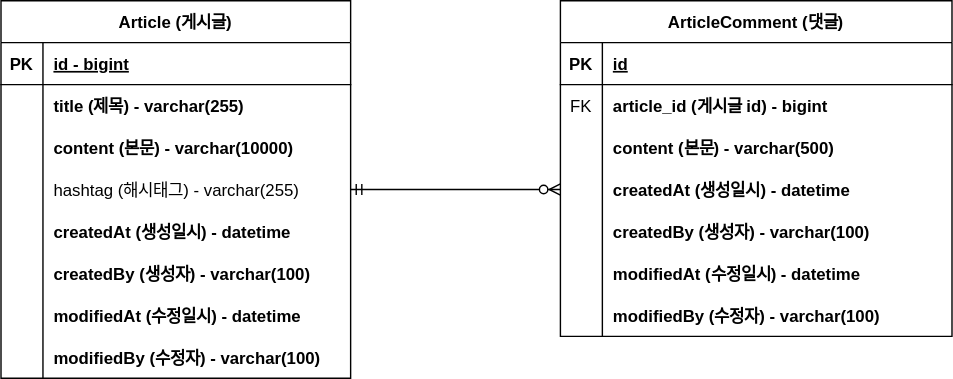
Earlier version of the draw.io export document/project-board-erd.svg (ekslffh/fc-project-board). Source tidied: cells renumbered, new cells last; positions are measured from the earlier drawing's top-left corner, leaving out a move shared by most shapes.
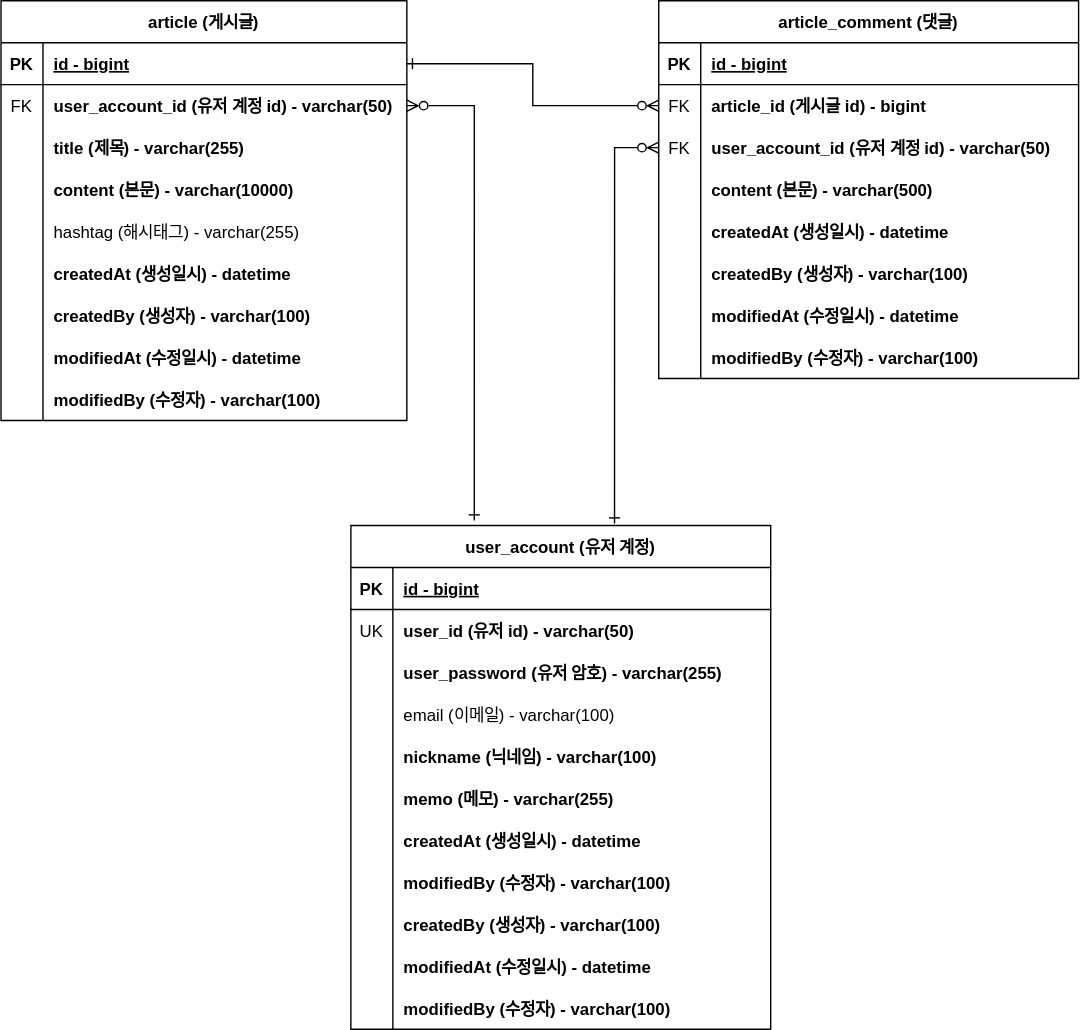
After the commit.

Commit message:
#18 - 유저계정 테이블 추가 및 연관관계 설정

Change to the diagram source:
```diff
@@ -4,7 +4,7 @@
     <mxCell id="1" parent="0" />
-    <mxCell id="2" value="Article (게시글)" style="shape=table;startSize=30;rowLines=0;fontStyle=1;align=center;" parent="1" vertex="1">
-      <mxGeometry width="250" height="270" as="geometry" />
+    <mxCell id="2" value="article (게시글)" style="shape=table;startSize=30;rowLines=0;fontStyle=1;align=center;" parent="1" vertex="1">
+      <mxGeometry y="15" width="290" height="300" as="geometry" />
     </mxCell>
     <mxCell id="3" style="shape=partialRectangle;fillColor=none;points=[[0,0.5],[1,0.5]];portConstraint=eastwest;top=0;left=0;right=0;bottom=1;" parent="2" vertex="1">
-      <mxGeometry y="30" width="250" height="30" as="geometry" />
+      <mxGeometry y="30" width="290" height="30" as="geometry" />
     </mxCell>
@@ -14,15 +14,24 @@
     <mxCell id="5" value="id - bigint" style="shape=partialRectangle;overflow=hidden;fillColor=none;top=0;left=0;bottom=0;right=0;align=left;spacingLeft=6;fontStyle=5;" parent="3" vertex="1">
-      <mxGeometry x="30" width="220" height="30" as="geometry" />
+      <mxGeometry x="30" width="260" height="30" as="geometry" />
     </mxCell>
     <mxCell id="6" style="shape=partialRectangle;fillColor=none;points=[[0,0.5],[1,0.5]];portConstraint=eastwest;top=0;left=0;right=0;bottom=0;" parent="2" vertex="1">
-      <mxGeometry y="60" width="250" height="30" as="geometry" />
+      <mxGeometry y="60" width="290" height="30" as="geometry" />
     </mxCell>
-    <mxCell id="7" style="shape=partialRectangle;overflow=hidden;fillColor=none;top=0;left=0;bottom=0;right=0;" parent="6" vertex="1">
+    <mxCell id="7" value="FK" style="shape=partialRectangle;overflow=hidden;fillColor=none;top=0;left=0;bottom=0;right=0;" parent="6" vertex="1">
       <mxGeometry width="30" height="30" as="geometry" />
     </mxCell>
-    <mxCell id="8" value="title (제목) - varchar(255)" style="shape=partialRectangle;overflow=hidden;fillColor=none;top=0;left=0;bottom=0;right=0;align=left;spacingLeft=6;fontStyle=1;" parent="6" vertex="1">
-      <mxGeometry x="30" width="220" height="30" as="geometry" />
+    <mxCell id="8" value="user_account_id (유저 계정 id) - varchar(50)" style="shape=partialRectangle;overflow=hidden;fillColor=none;top=0;left=0;bottom=0;right=0;align=left;spacingLeft=6;fontStyle=1;" parent="6" vertex="1">
+      <mxGeometry x="30" width="260" height="30" as="geometry" />
     </mxCell>
+    <mxCell id="50" style="shape=partialRectangle;fillColor=none;top=0;left=0;right=0;bottom=0;" parent="2" vertex="1">
+      <mxGeometry y="90" width="290" height="30" as="geometry" />
+    </mxCell>
+    <mxCell id="51" style="shape=partialRectangle;overflow=hidden;fillColor=none;top=0;left=0;bottom=0;right=0;" parent="50" vertex="1">
+      <mxGeometry width="30" height="30" as="geometry" />
+    </mxCell>
+    <mxCell id="52" value="title (제목) - varchar(255)" style="shape=partialRectangle;overflow=hidden;fillColor=none;top=0;left=0;bottom=0;right=0;align=left;spacingLeft=6;fontStyle=1;" parent="50" vertex="1">
+      <mxGeometry x="30" width="260" height="30" as="geometry" />
+    </mxCell>
     <mxCell id="9" style="shape=partialRectangle;fillColor=none;top=0;left=0;right=0;bottom=0;" parent="2" vertex="1">
-      <mxGeometry y="90" width="250" height="30" as="geometry" />
+      <mxGeometry y="120" width="290" height="30" as="geometry" />
     </mxCell>
@@ -32,6 +41,6 @@
     <mxCell id="11" value="content (본문) - varchar(10000)" style="shape=partialRectangle;overflow=hidden;fillColor=none;top=0;left=0;bottom=0;right=0;align=left;spacingLeft=6;fontStyle=1;" parent="9" vertex="1">
-      <mxGeometry x="30" width="220" height="30" as="geometry" />
+      <mxGeometry x="30" width="260" height="30" as="geometry" />
     </mxCell>
     <mxCell id="12" style="shape=partialRectangle;fillColor=none;points=[[0,0.5],[1,0.5]];portConstraint=eastwest;top=0;left=0;right=0;bottom=0;" parent="2" vertex="1">
-      <mxGeometry y="120" width="250" height="30" as="geometry" />
+      <mxGeometry y="150" width="290" height="30" as="geometry" />
     </mxCell>
@@ -41,6 +50,6 @@
     <mxCell id="14" value="hashtag (해시태그) - varchar(255)" style="shape=partialRectangle;overflow=hidden;fillColor=none;top=0;left=0;bottom=0;right=0;align=left;spacingLeft=6;" parent="12" vertex="1">
-      <mxGeometry x="30" width="220" height="30" as="geometry" />
+      <mxGeometry x="30" width="260" height="30" as="geometry" />
     </mxCell>
     <mxCell id="15" style="shape=partialRectangle;fillColor=none;top=0;left=0;right=0;bottom=0;" parent="2" vertex="1">
-      <mxGeometry y="150" width="250" height="30" as="geometry" />
+      <mxGeometry y="180" width="290" height="30" as="geometry" />
     </mxCell>
@@ -50,6 +59,6 @@
     <mxCell id="17" value="createdAt (생성일시) - datetime" style="shape=partialRectangle;overflow=hidden;fillColor=none;top=0;left=0;bottom=0;right=0;align=left;spacingLeft=6;fontStyle=1;" parent="15" vertex="1">
-      <mxGeometry x="30" width="220" height="30" as="geometry" />
+      <mxGeometry x="30" width="260" height="30" as="geometry" />
     </mxCell>
     <mxCell id="18" style="shape=partialRectangle;fillColor=none;top=0;left=0;right=0;bottom=0;" parent="2" vertex="1">
-      <mxGeometry y="180" width="250" height="30" as="geometry" />
+      <mxGeometry y="210" width="290" height="30" as="geometry" />
     </mxCell>
@@ -59,6 +68,6 @@
     <mxCell id="20" value="createdBy (생성자) - varchar(100)" style="shape=partialRectangle;overflow=hidden;fillColor=none;top=0;left=0;bottom=0;right=0;align=left;spacingLeft=6;fontStyle=1;" parent="18" vertex="1">
-      <mxGeometry x="30" width="220" height="30" as="geometry" />
+      <mxGeometry x="30" width="260" height="30" as="geometry" />
     </mxCell>
     <mxCell id="21" style="shape=partialRectangle;fillColor=none;top=0;left=0;right=0;bottom=0;" parent="2" vertex="1">
-      <mxGeometry y="210" width="250" height="30" as="geometry" />
+      <mxGeometry y="240" width="290" height="30" as="geometry" />
     </mxCell>
@@ -68,6 +77,6 @@
     <mxCell id="23" value="modifiedAt (수정일시) - datetime" style="shape=partialRectangle;overflow=hidden;fillColor=none;top=0;left=0;bottom=0;right=0;align=left;spacingLeft=6;fontStyle=1;" parent="21" vertex="1">
-      <mxGeometry x="30" width="220" height="30" as="geometry" />
+      <mxGeometry x="30" width="260" height="30" as="geometry" />
     </mxCell>
     <mxCell id="24" style="shape=partialRectangle;fillColor=none;top=0;left=0;right=0;bottom=0;" parent="2" vertex="1">
-      <mxGeometry y="240" width="250" height="30" as="geometry" />
+      <mxGeometry y="270" width="290" height="30" as="geometry" />
     </mxCell>
@@ -77,9 +86,9 @@
     <mxCell id="26" value="modifiedBy (수정자) - varchar(100)" style="shape=partialRectangle;overflow=hidden;fillColor=none;top=0;left=0;bottom=0;right=0;align=left;spacingLeft=6;fontStyle=1;" parent="24" vertex="1">
-      <mxGeometry x="30" width="220" height="30" as="geometry" />
+      <mxGeometry x="30" width="260" height="30" as="geometry" />
     </mxCell>
-    <mxCell id="27" value="ArticleComment (댓글)" style="shape=table;startSize=30;rowLines=0;fontStyle=1;align=center;" parent="1" vertex="1">
-      <mxGeometry x="400" width="280" height="240" as="geometry" />
+    <mxCell id="27" value="article_comment (댓글)" style="shape=table;startSize=30;rowLines=0;fontStyle=1;align=center;" parent="1" vertex="1">
+      <mxGeometry x="470" y="15" width="300" height="270" as="geometry" />
     </mxCell>
     <mxCell id="28" style="shape=partialRectangle;fillColor=none;top=0;left=0;right=0;bottom=1;" parent="27" vertex="1">
-      <mxGeometry y="30" width="280" height="30" as="geometry" />
+      <mxGeometry y="30" width="300" height="30" as="geometry" />
     </mxCell>
@@ -88,7 +97,7 @@
     </mxCell>
-    <mxCell id="30" value="id" style="shape=partialRectangle;overflow=hidden;fillColor=none;top=0;left=0;bottom=0;right=0;align=left;spacingLeft=6;fontStyle=5;" parent="28" vertex="1">
-      <mxGeometry x="30" width="250" height="30" as="geometry" />
+    <mxCell id="30" value="id - bigint" style="shape=partialRectangle;overflow=hidden;fillColor=none;top=0;left=0;bottom=0;right=0;align=left;spacingLeft=6;fontStyle=5;" parent="28" vertex="1">
+      <mxGeometry x="30" width="270" height="30" as="geometry" />
     </mxCell>
     <mxCell id="31" style="shape=partialRectangle;fillColor=none;points=[[0,0.5],[1,0.5]];portConstraint=eastwest;top=0;left=0;right=0;bottom=0;" parent="27" vertex="1">
-      <mxGeometry y="60" width="280" height="30" as="geometry" />
+      <mxGeometry y="60" width="300" height="30" as="geometry" />
     </mxCell>
@@ -98,6 +107,15 @@
     <mxCell id="33" value="article_id (게시글 id) - bigint" style="shape=partialRectangle;overflow=hidden;fillColor=none;top=0;left=0;bottom=0;right=0;align=left;spacingLeft=6;fontStyle=1;" parent="31" vertex="1">
-      <mxGeometry x="30" width="250" height="30" as="geometry" />
+      <mxGeometry x="30" width="270" height="30" as="geometry" />
     </mxCell>
+    <mxCell id="53" style="shape=partialRectangle;fillColor=none;points=[[0,0.5],[1,0.5]];portConstraint=eastwest;top=0;left=0;right=0;bottom=0;" parent="27" vertex="1">
+      <mxGeometry y="90" width="300" height="30" as="geometry" />
+    </mxCell>
+    <mxCell id="54" value="FK" style="shape=partialRectangle;overflow=hidden;fillColor=none;top=0;left=0;bottom=0;right=0;" parent="53" vertex="1">
+      <mxGeometry width="30" height="30" as="geometry" />
+    </mxCell>
+    <mxCell id="55" value="user_account_id (유저 계정 id) - varchar(50)" style="shape=partialRectangle;overflow=hidden;fillColor=none;top=0;left=0;bottom=0;right=0;align=left;spacingLeft=6;fontStyle=1;" parent="53" vertex="1">
+      <mxGeometry x="30" width="270" height="30" as="geometry" />
+    </mxCell>
     <mxCell id="34" style="shape=partialRectangle;fillColor=none;top=0;left=0;right=0;bottom=0;" parent="27" vertex="1">
-      <mxGeometry y="90" width="280" height="30" as="geometry" />
+      <mxGeometry y="120" width="300" height="30" as="geometry" />
     </mxCell>
@@ -107,6 +125,6 @@
     <mxCell id="36" value="content (본문) - varchar(500)" style="shape=partialRectangle;overflow=hidden;fillColor=none;top=0;left=0;bottom=0;right=0;align=left;spacingLeft=6;fontStyle=1;" parent="34" vertex="1">
-      <mxGeometry x="30" width="250" height="30" as="geometry" />
+      <mxGeometry x="30" width="270" height="30" as="geometry" />
     </mxCell>
     <mxCell id="37" style="shape=partialRectangle;fillColor=none;points=[[0,0.5],[1,0.5]];portConstraint=eastwest;top=0;left=0;right=0;bottom=0;" parent="27" vertex="1">
-      <mxGeometry y="120" width="280" height="30" as="geometry" />
+      <mxGeometry y="150" width="300" height="30" as="geometry" />
     </mxCell>
@@ -116,6 +134,6 @@
     <mxCell id="39" value="createdAt (생성일시) - datetime" style="shape=partialRectangle;overflow=hidden;fillColor=none;top=0;left=0;bottom=0;right=0;align=left;spacingLeft=6;fontStyle=1;" parent="37" vertex="1">
-      <mxGeometry x="30" width="250" height="30" as="geometry" />
+      <mxGeometry x="30" width="270" height="30" as="geometry" />
     </mxCell>
     <mxCell id="40" style="shape=partialRectangle;fillColor=none;top=0;left=0;right=0;bottom=0;" parent="27" vertex="1">
-      <mxGeometry y="150" width="280" height="30" as="geometry" />
+      <mxGeometry y="180" width="300" height="30" as="geometry" />
     </mxCell>
@@ -125,6 +143,6 @@
     <mxCell id="42" value="createdBy (생성자) - varchar(100)" style="shape=partialRectangle;overflow=hidden;fillColor=none;top=0;left=0;bottom=0;right=0;align=left;spacingLeft=6;fontStyle=1;" parent="40" vertex="1">
-      <mxGeometry x="30" width="250" height="30" as="geometry" />
+      <mxGeometry x="30" width="270" height="30" as="geometry" />
     </mxCell>
     <mxCell id="43" style="shape=partialRectangle;fillColor=none;top=0;left=0;right=0;bottom=0;" parent="27" vertex="1">
-      <mxGeometry y="180" width="280" height="30" as="geometry" />
+      <mxGeometry y="210" width="300" height="30" as="geometry" />
     </mxCell>
@@ -134,6 +152,6 @@
     <mxCell id="45" value="modifiedAt (수정일시) - datetime" style="shape=partialRectangle;overflow=hidden;fillColor=none;top=0;left=0;bottom=0;right=0;align=left;spacingLeft=6;fontStyle=1;" parent="43" vertex="1">
-      <mxGeometry x="30" width="250" height="30" as="geometry" />
+      <mxGeometry x="30" width="270" height="30" as="geometry" />
     </mxCell>
     <mxCell id="46" style="shape=partialRectangle;fillColor=none;top=0;left=0;right=0;bottom=0;" parent="27" vertex="1">
-      <mxGeometry y="210" width="280" height="30" as="geometry" />
+      <mxGeometry y="240" width="300" height="30" as="geometry" />
     </mxCell>
@@ -143,11 +161,115 @@
     <mxCell id="48" value="modifiedBy (수정자) - varchar(100)" style="shape=partialRectangle;overflow=hidden;fillColor=none;top=0;left=0;bottom=0;right=0;align=left;spacingLeft=6;fontStyle=1;" parent="46" vertex="1">
-      <mxGeometry x="30" width="250" height="30" as="geometry" />
+      <mxGeometry x="30" width="270" height="30" as="geometry" />
     </mxCell>
-    <mxCell id="49" style="edgeStyle=entityRelationEdgeStyle;fontSize=12;html=1;endArrow=ERzeroToMany;startArrow=ERmandOne;rounded=0;entryX=0;entryY=0.5;entryDx=0;entryDy=0;exitX=1;exitY=0.5;exitDx=0;exitDy=0;" parent="1" edge="1" source="12" target="37">
-      <mxGeometry relative="1" as="geometry">
-        <Array as="points">
-          <mxPoint x="440" y="132" />
-        </Array>
-      </mxGeometry>
-    </mxCell>
+    <mxCell id="56" value="user_account (유저 계정)" style="shape=table;startSize=30;rowLines=0;fontStyle=1;align=center;" parent="1" vertex="1">
+      <mxGeometry x="250" y="390" width="300" height="360" as="geometry" />
+    </mxCell>
+    <mxCell id="57" style="shape=partialRectangle;fillColor=none;top=0;left=0;right=0;bottom=1;" parent="56" vertex="1">
+      <mxGeometry y="30" width="300" height="30" as="geometry" />
+    </mxCell>
+    <mxCell id="58" value="PK" style="shape=partialRectangle;overflow=hidden;fillColor=none;top=0;left=0;bottom=0;right=0;fontStyle=1;" parent="57" vertex="1">
+      <mxGeometry width="30" height="30" as="geometry" />
+    </mxCell>
+    <mxCell id="59" value="id - bigint" style="shape=partialRectangle;overflow=hidden;fillColor=none;top=0;left=0;bottom=0;right=0;align=left;spacingLeft=6;fontStyle=5;" parent="57" vertex="1">
+      <mxGeometry x="30" width="270" height="30" as="geometry" />
+    </mxCell>
+    <mxCell id="60" style="shape=partialRectangle;fillColor=none;top=0;left=0;right=0;bottom=0;" parent="56" vertex="1">
+      <mxGeometry y="60" width="300" height="30" as="geometry" />
+    </mxCell>
+    <mxCell id="61" value="UK" style="shape=partialRectangle;overflow=hidden;fillColor=none;top=0;left=0;bottom=0;right=0;" parent="60" vertex="1">
+      <mxGeometry width="30" height="30" as="geometry" />
+    </mxCell>
+    <mxCell id="62" value="user_id (유저 id) - varchar(50)" style="shape=partialRectangle;overflow=hidden;fillColor=none;top=0;left=0;bottom=0;right=0;align=left;spacingLeft=6;fontStyle=1;" parent="60" vertex="1">
+      <mxGeometry x="30" width="270" height="30" as="geometry" />
+    </mxCell>
+    <mxCell id="63" style="shape=partialRectangle;fillColor=none;top=0;left=0;right=0;bottom=0;" parent="56" vertex="1">
+      <mxGeometry y="90" width="300" height="30" as="geometry" />
+    </mxCell>
+    <mxCell id="64" style="shape=partialRectangle;overflow=hidden;fillColor=none;top=0;left=0;bottom=0;right=0;" parent="63" vertex="1">
+      <mxGeometry width="30" height="30" as="geometry" />
+    </mxCell>
+    <mxCell id="65" value="user_password (유저 암호) - varchar(255)" style="shape=partialRectangle;overflow=hidden;fillColor=none;top=0;left=0;bottom=0;right=0;align=left;spacingLeft=6;fontStyle=1;" parent="63" vertex="1">
+      <mxGeometry x="30" width="270" height="30" as="geometry" />
+    </mxCell>
+    <mxCell id="66" style="shape=partialRectangle;fillColor=none;top=0;left=0;right=0;bottom=0;" parent="56" vertex="1">
+      <mxGeometry y="120" width="300" height="30" as="geometry" />
+    </mxCell>
+    <mxCell id="67" style="shape=partialRectangle;overflow=hidden;fillColor=none;top=0;left=0;bottom=0;right=0;" parent="66" vertex="1">
+      <mxGeometry width="30" height="30" as="geometry" />
+    </mxCell>
+    <mxCell id="68" value="email (이메일) - varchar(100)" style="shape=partialRectangle;overflow=hidden;fillColor=none;top=0;left=0;bottom=0;right=0;align=left;spacingLeft=6;" parent="66" vertex="1">
+      <mxGeometry x="30" width="270" height="30" as="geometry" />
+    </mxCell>
+    <mxCell id="69" style="shape=partialRectangle;fillColor=none;top=0;left=0;right=0;bottom=0;" parent="56" vertex="1">
+      <mxGeometry y="150" width="300" height="30" as="geometry" />
+    </mxCell>
+    <mxCell id="70" style="shape=partialRectangle;overflow=hidden;fillColor=none;top=0;left=0;bottom=0;right=0;" parent="69" vertex="1">
+      <mxGeometry width="30" height="30" as="geometry" />
+    </mxCell>
+    <mxCell id="71" value="nickname (닉네임) - varchar(100)" style="shape=partialRectangle;overflow=hidden;fillColor=none;top=0;left=0;bottom=0;right=0;align=left;spacingLeft=6;fontStyle=1;" parent="69" vertex="1">
+      <mxGeometry x="30" width="270" height="30" as="geometry" />
+    </mxCell>
+    <mxCell id="72" style="shape=partialRectangle;fillColor=none;top=0;left=0;right=0;bottom=0;" parent="56" vertex="1">
+      <mxGeometry y="180" width="300" height="30" as="geometry" />
+    </mxCell>
+    <mxCell id="73" style="shape=partialRectangle;overflow=hidden;fillColor=none;top=0;left=0;bottom=0;right=0;" parent="72" vertex="1">
+      <mxGeometry width="30" height="30" as="geometry" />
+    </mxCell>
+    <mxCell id="74" value="memo (메모) - varchar(255)" style="shape=partialRectangle;overflow=hidden;fillColor=none;top=0;left=0;bottom=0;right=0;align=left;spacingLeft=6;fontStyle=1;" parent="72" vertex="1">
+      <mxGeometry x="30" width="270" height="30" as="geometry" />
+    </mxCell>
+    <mxCell id="75" style="shape=partialRectangle;fillColor=none;top=0;left=0;right=0;bottom=0;" parent="56" vertex="1">
+      <mxGeometry y="210" width="300" height="30" as="geometry" />
+    </mxCell>
+    <mxCell id="76" style="shape=partialRectangle;overflow=hidden;fillColor=none;top=0;left=0;bottom=0;right=0;" parent="75" vertex="1">
+      <mxGeometry width="30" height="30" as="geometry" />
+    </mxCell>
+    <mxCell id="77" value="createdAt (생성일시) - datetime" style="shape=partialRectangle;overflow=hidden;fillColor=none;top=0;left=0;bottom=0;right=0;align=left;spacingLeft=6;fontStyle=1;" parent="75" vertex="1">
+      <mxGeometry x="30" width="270" height="30" as="geometry" />
+    </mxCell>
+    <mxCell id="78" style="shape=partialRectangle;fillColor=none;top=0;left=0;right=0;bottom=0;" parent="56" vertex="1">
+      <mxGeometry y="240" width="300" height="30" as="geometry" />
+    </mxCell>
+    <mxCell id="79" style="shape=partialRectangle;overflow=hidden;fillColor=none;top=0;left=0;bottom=0;right=0;" parent="78" vertex="1">
+      <mxGeometry width="30" height="30" as="geometry" />
+    </mxCell>
+    <mxCell id="80" value="modifiedBy (수정자) - varchar(100)" style="shape=partialRectangle;overflow=hidden;fillColor=none;top=0;left=0;bottom=0;right=0;align=left;spacingLeft=6;fontStyle=1;" parent="78" vertex="1">
+      <mxGeometry x="30" width="270" height="30" as="geometry" />
+    </mxCell>
+    <mxCell id="81" style="shape=partialRectangle;fillColor=none;top=0;left=0;right=0;bottom=0;" parent="56" vertex="1">
+      <mxGeometry y="270" width="300" height="30" as="geometry" />
+    </mxCell>
+    <mxCell id="82" style="shape=partialRectangle;overflow=hidden;fillColor=none;top=0;left=0;bottom=0;right=0;" parent="81" vertex="1">
+      <mxGeometry width="30" height="30" as="geometry" />
+    </mxCell>
+    <mxCell id="83" value="createdBy (생성자) - varchar(100)" style="shape=partialRectangle;overflow=hidden;fillColor=none;top=0;left=0;bottom=0;right=0;align=left;spacingLeft=6;fontStyle=1;" parent="81" vertex="1">
+      <mxGeometry x="30" width="270" height="30" as="geometry" />
+    </mxCell>
+    <mxCell id="84" style="shape=partialRectangle;fillColor=none;top=0;left=0;right=0;bottom=0;" parent="56" vertex="1">
+      <mxGeometry y="300" width="300" height="30" as="geometry" />
+    </mxCell>
+    <mxCell id="85" style="shape=partialRectangle;overflow=hidden;fillColor=none;top=0;left=0;bottom=0;right=0;" parent="84" vertex="1">
+      <mxGeometry width="30" height="30" as="geometry" />
+    </mxCell>
+    <mxCell id="86" value="modifiedAt (수정일시) - datetime" style="shape=partialRectangle;overflow=hidden;fillColor=none;top=0;left=0;bottom=0;right=0;align=left;spacingLeft=6;fontStyle=1;" parent="84" vertex="1">
+      <mxGeometry x="30" width="270" height="30" as="geometry" />
+    </mxCell>
+    <mxCell id="87" style="shape=partialRectangle;fillColor=none;top=0;left=0;right=0;bottom=0;" parent="56" vertex="1">
+      <mxGeometry y="330" width="300" height="30" as="geometry" />
+    </mxCell>
+    <mxCell id="88" style="shape=partialRectangle;overflow=hidden;fillColor=none;top=0;left=0;bottom=0;right=0;" parent="87" vertex="1">
+      <mxGeometry width="30" height="30" as="geometry" />
+    </mxCell>
+    <mxCell id="89" value="modifiedBy (수정자) - varchar(100)" style="shape=partialRectangle;overflow=hidden;fillColor=none;top=0;left=0;bottom=0;right=0;align=left;spacingLeft=6;fontStyle=1;" parent="87" vertex="1">
+      <mxGeometry x="30" width="270" height="30" as="geometry" />
+    </mxCell>
+    <mxCell id="90" style="edgeStyle=orthogonalEdgeStyle;rounded=0;jettySize=auto;html=1;entryX=1;entryY=0.5;entryDx=0;entryDy=0;startArrow=ERzeroToMany;startFill=0;endArrow=ERone;endFill=0;" parent="1" edge="1" source="31" target="3">
+      <mxGeometry relative="1" as="geometry" />
+    </mxCell>
+    <mxCell id="91" style="edgeStyle=orthogonalEdgeStyle;rounded=0;jettySize=auto;html=1;entryX=0.628;entryY=-0.004;entryDx=0;entryDy=0;entryPerimeter=0;endArrow=ERone;endFill=0;startArrow=ERzeroToMany;startFill=0;" parent="1" edge="1" source="53" target="56">
+      <mxGeometry relative="1" as="geometry" />
+    </mxCell>
+    <mxCell id="92" style="edgeStyle=orthogonalEdgeStyle;rounded=0;jettySize=auto;html=1;entryX=0.294;entryY=-0.01;entryDx=0;entryDy=0;entryPerimeter=0;endArrow=ERone;endFill=0;startArrow=ERzeroToMany;startFill=0;" parent="1" edge="1" source="6" target="56">
+      <mxGeometry relative="1" as="geometry" />
+    </mxCell>
   </root>
```
